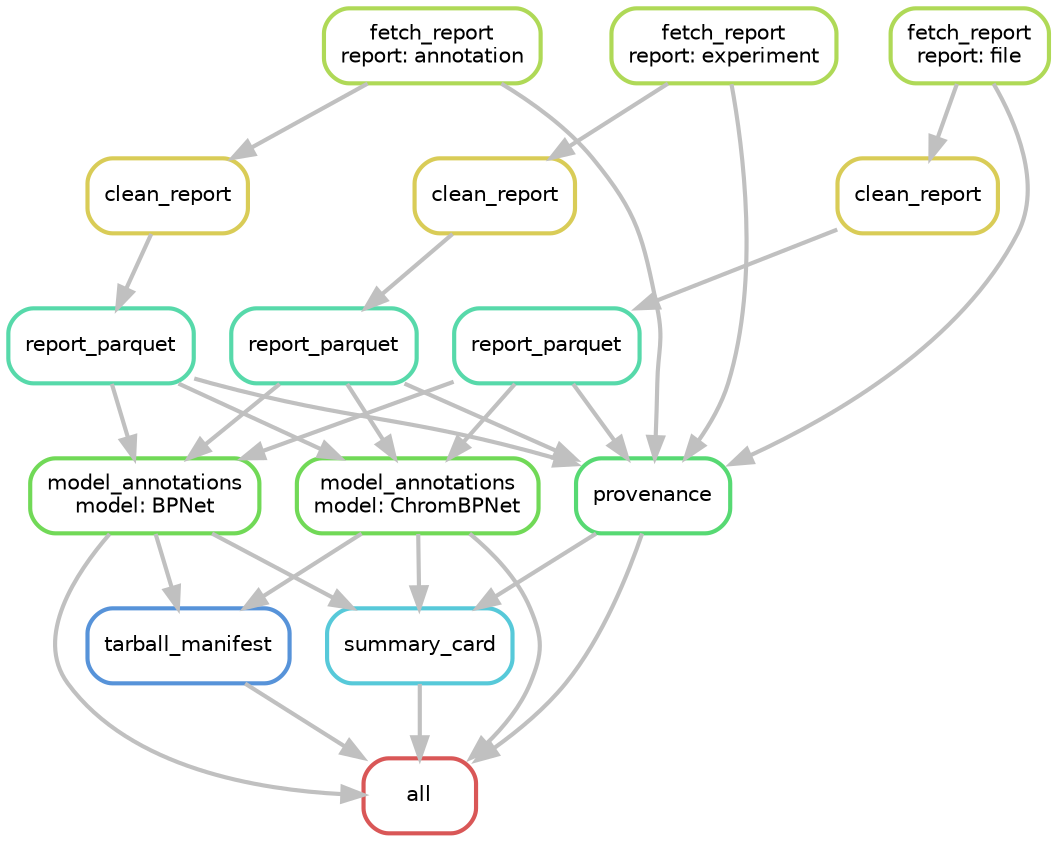
This is docs/pipeline-dag.png from ramirc0/encode-metadata-smk, a Graphviz export, as it was before one commit. Its source is kept beside it as docs/pipeline-dag.dot. Source of this version:
```dot
digraph snakemake_dag {
    graph[bgcolor=white, margin=0];
    node[shape=box, style=rounded, fontname=sans,                 fontsize=10, penwidth=2];
    edge[penwidth=2, color=grey];
	0[label = "all", color = "0.00 0.6 0.85", style="rounded"];
	1[label = "summary_card", color = "0.52 0.6 0.85", style="rounded"];
	2[label = "provenance", color = "0.37 0.6 0.85", style="rounded"];
	3[label = "fetch_report\nreport: annotation", color = "0.22 0.6 0.85", style="rounded"];
	4[label = "fetch_report\nreport: experiment", color = "0.22 0.6 0.85", style="rounded"];
	5[label = "fetch_report\nreport: file", color = "0.22 0.6 0.85", style="rounded"];
	6[label = "report_parquet", color = "0.44 0.6 0.85", style="rounded"];
	7[label = "clean_report", color = "0.15 0.6 0.85", style="rounded"];
	8[label = "report_parquet", color = "0.44 0.6 0.85", style="rounded"];
	9[label = "clean_report", color = "0.15 0.6 0.85", style="rounded"];
	10[label = "report_parquet", color = "0.44 0.6 0.85", style="rounded"];
	11[label = "clean_report", color = "0.15 0.6 0.85", style="rounded"];
	12[label = "model_annotations\nmodel: BPNet", color = "0.30 0.6 0.85", style="rounded"];
	13[label = "model_annotations\nmodel: ChromBPNet", color = "0.30 0.6 0.85", style="rounded"];
	14[label = "tarball_manifest", color = "0.59 0.6 0.85", style="rounded"];
	1 -> 0
	14 -> 0
	2 -> 0
	12 -> 0
	13 -> 0
	2 -> 1
	12 -> 1
	13 -> 1
	3 -> 2
	4 -> 2
	5 -> 2
	6 -> 2
	8 -> 2
	10 -> 2
	7 -> 6
	3 -> 7
	9 -> 8
	4 -> 9
	11 -> 10
	5 -> 11
	6 -> 12
	8 -> 12
	10 -> 12
	6 -> 13
	8 -> 13
	10 -> 13
	12 -> 14
	13 -> 14
}
```
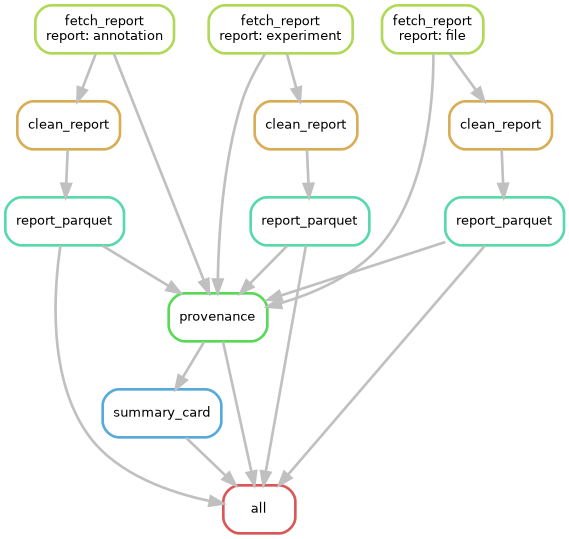
After the change.

The edit, as a diff of the source:
```diff
@@ -3,46 +3,33 @@
     node[shape=box, style=rounded, fontname=sans,                 fontsize=10, penwidth=2];
     edge[penwidth=2, color=grey];
 	0[label = "all", color = "0.00 0.6 0.85", style="rounded"];
-	1[label = "summary_card", color = "0.52 0.6 0.85", style="rounded"];
-	2[label = "provenance", color = "0.37 0.6 0.85", style="rounded"];
+	1[label = "report_parquet", color = "0.44 0.6 0.85", style="rounded"];
+	2[label = "clean_report", color = "0.11 0.6 0.85", style="rounded"];
 	3[label = "fetch_report\nreport: annotation", color = "0.22 0.6 0.85", style="rounded"];
-	4[label = "fetch_report\nreport: experiment", color = "0.22 0.6 0.85", style="rounded"];
-	5[label = "fetch_report\nreport: file", color = "0.22 0.6 0.85", style="rounded"];
-	6[label = "report_parquet", color = "0.44 0.6 0.85", style="rounded"];
-	7[label = "clean_report", color = "0.15 0.6 0.85", style="rounded"];
-	8[label = "report_parquet", color = "0.44 0.6 0.85", style="rounded"];
-	9[label = "clean_report", color = "0.15 0.6 0.85", style="rounded"];
-	10[label = "report_parquet", color = "0.44 0.6 0.85", style="rounded"];
-	11[label = "clean_report", color = "0.15 0.6 0.85", style="rounded"];
-	12[label = "model_annotations\nmodel: BPNet", color = "0.30 0.6 0.85", style="rounded"];
-	13[label = "model_annotations\nmodel: ChromBPNet", color = "0.30 0.6 0.85", style="rounded"];
-	14[label = "tarball_manifest", color = "0.59 0.6 0.85", style="rounded"];
+	4[label = "report_parquet", color = "0.44 0.6 0.85", style="rounded"];
+	5[label = "clean_report", color = "0.11 0.6 0.85", style="rounded"];
+	6[label = "fetch_report\nreport: experiment", color = "0.22 0.6 0.85", style="rounded"];
+	7[label = "report_parquet", color = "0.44 0.6 0.85", style="rounded"];
+	8[label = "clean_report", color = "0.11 0.6 0.85", style="rounded"];
+	9[label = "fetch_report\nreport: file", color = "0.22 0.6 0.85", style="rounded"];
+	10[label = "provenance", color = "0.33 0.6 0.85", style="rounded"];
+	11[label = "summary_card", color = "0.56 0.6 0.85", style="rounded"];
 	1 -> 0
-	14 -> 0
-	2 -> 0
-	12 -> 0
-	13 -> 0
+	4 -> 0
+	7 -> 0
+	10 -> 0
+	11 -> 0
 	2 -> 1
-	12 -> 1
-	13 -> 1
 	3 -> 2
-	4 -> 2
-	5 -> 2
-	6 -> 2
-	8 -> 2
-	10 -> 2
-	7 -> 6
-	3 -> 7
+	5 -> 4
+	6 -> 5
+	8 -> 7
 	9 -> 8
-	4 -> 9
-	11 -> 10
-	5 -> 11
-	6 -> 12
-	8 -> 12
-	10 -> 12
-	6 -> 13
-	8 -> 13
-	10 -> 13
-	12 -> 14
-	13 -> 14
+	3 -> 10
+	6 -> 10
+	9 -> 10
+	1 -> 10
+	4 -> 10
+	7 -> 10
+	10 -> 11
 }
```
